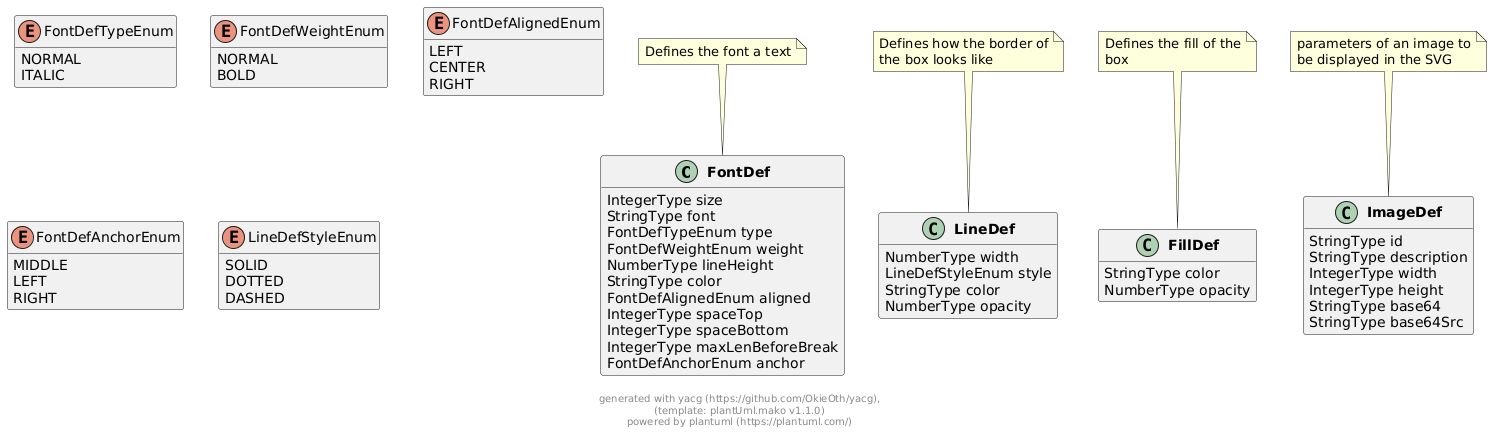
Earlier version of the PlantUML export docs/models/png/ganttdoc.png (OkieOth/draw.chart.things).
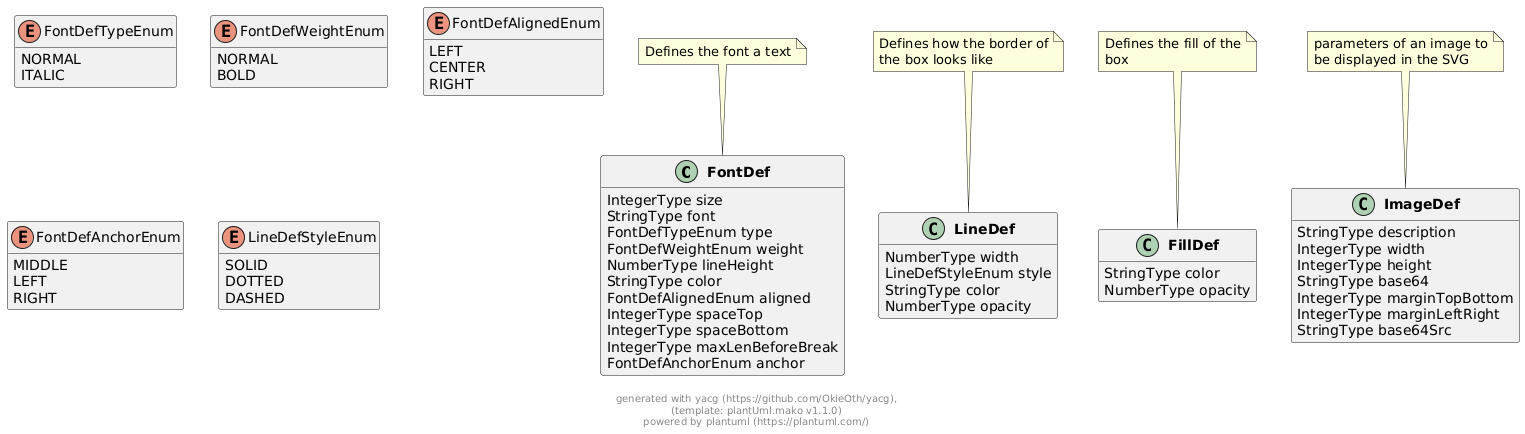
After the commit.

Change to the diagram source:
```diff
@@ -67,11 +67,12 @@
 
 
 class "**ImageDef**" as ImageDef {
-        StringType id
         StringType description
         IntegerType width
         IntegerType height
         StringType base64
+        IntegerType marginTopBottom
+        IntegerType marginLeftRight
         StringType base64Src
 }
 note top: parameters of an image to\nbe displayed in the SVG
@@ -112,5 +113,6 @@
 
 
 
+
 footer \ngenerated with yacg (https://github.com/OkieOth/yacg),\n(template: plantUml.mako v1.1.0)\npowered by plantuml (https://plantuml.com/)
 @enduml
```
